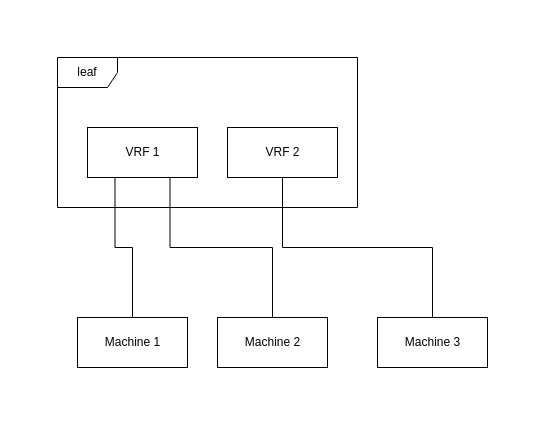
Above: docs/docs/05-Concepts/03-Network/vrf-simple.drawio in metal-stack/website (draw.io), before the change. Source tidied: cells renumbered, new cells numbered last; positions are measured from the earlier drawing's top-left corner, leaving out a move shared by most shapes. Both pictures are drawn from the tidied source at 100%, with x=0, y=0 at pixel (57, 57).
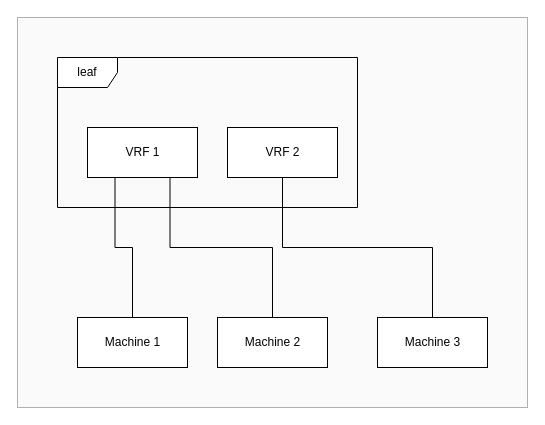
After the change.

The edit, as a diff of the source:
```diff
@@
 <mxGraphModel>
   <root>
     <mxCell id="0" />
     <mxCell id="1" parent="0" />
+    <mxCell id="11" style="rounded=0;whiteSpace=wrap;html=1;sketch=0;fontSize=20;opacity=50;fillColor=#f5f5f5;fontColor=#333333;strokeColor=#666666;" parent="1" vertex="1">
+      <mxGeometry x="-40" y="-40" width="510" height="390" as="geometry" />
+    </mxCell>
     <mxCell id="2" style="edgeStyle=orthogonalEdgeStyle;rounded=0;jettySize=auto;html=1;exitX=0.25;exitY=1;exitDx=0;exitDy=0;entryX=0.5;entryY=0;entryDx=0;entryDy=0;endArrow=none;endFill=0;" parent="1" edge="1" source="7" target="5">
       <mxGeometry relative="1" as="geometry" />
     </mxCell>
     <mxCell id="3" style="rounded=0;jettySize=auto;html=1;exitX=0.75;exitY=1;exitDx=0;exitDy=0;entryX=0.5;entryY=0;entryDx=0;entryDy=0;endArrow=none;endFill=0;edgeStyle=orthogonalEdgeStyle;" parent="1" edge="1" source="7" target="4">
       <mxGeometry relative="1" as="geometry" />
     </mxCell>
     <mxCell id="4" value="Machine 2" style="html=1;" parent="1" vertex="1">
       <mxGeometry x="160" y="260" width="110" height="50" as="geometry" />
     </mxCell>
     <mxCell id="5" value="Machine 1" style="html=1;" parent="1" vertex="1">
       <mxGeometry x="20" y="260" width="110" height="50" as="geometry" />
     </mxCell>
     <mxCell id="6" value="leaf" style="shape=umlFrame;whiteSpace=wrap;html=1;" parent="1" vertex="1">
       <mxGeometry width="300" height="150" as="geometry" />
     </mxCell>
     <mxCell id="7" value="VRF 1" style="html=1;" parent="1" vertex="1">
       <mxGeometry x="30" y="70" width="110" height="50" as="geometry" />
     </mxCell>
     <mxCell id="8" value="VRF 2" style="html=1;" parent="1" vertex="1">
       <mxGeometry x="170" y="70" width="110" height="50" as="geometry" />
     </mxCell>
     <mxCell id="9" style="edgeStyle=orthogonalEdgeStyle;rounded=0;jettySize=auto;html=1;entryX=0.5;entryY=1;entryDx=0;entryDy=0;exitX=0.5;exitY=0;exitDx=0;exitDy=0;endArrow=none;endFill=0;" parent="1" edge="1" source="10" target="8">
       <mxGeometry relative="1" as="geometry" />
     </mxCell>
     <mxCell id="10" value="Machine 3" style="html=1;" parent="1" vertex="1">
       <mxGeometry x="320" y="260" width="110" height="50" as="geometry" />
     </mxCell>
   </root>
 </mxGraphModel>
```
